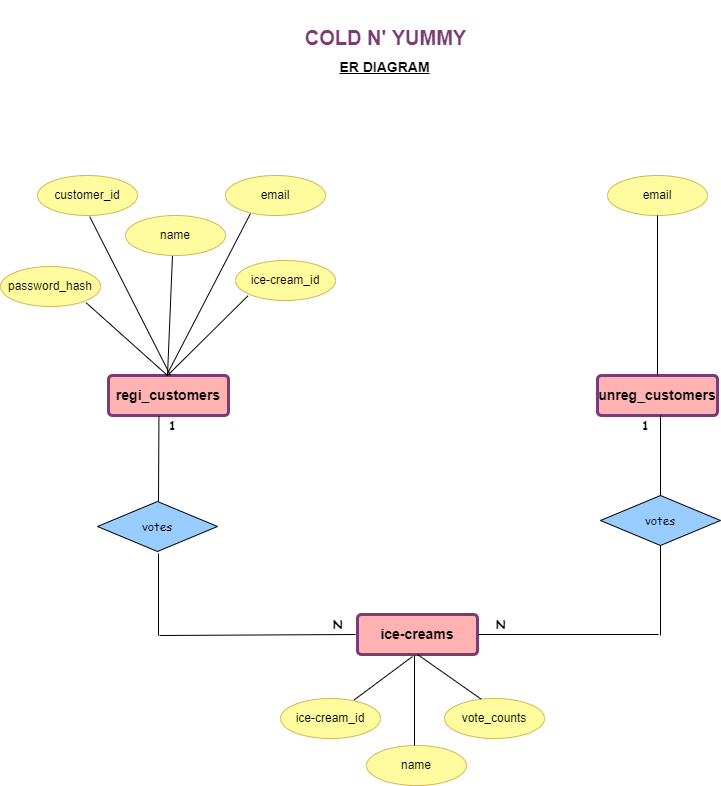
The draw.io diagram project_ER_diagram.png in Rashadul-Haque-JS/project-cold-n-yummy, before a commit. Source tidied: cells renumbered, new cells last; positions are measured from the earlier drawing's top-left corner, leaving out a move shared by most shapes.
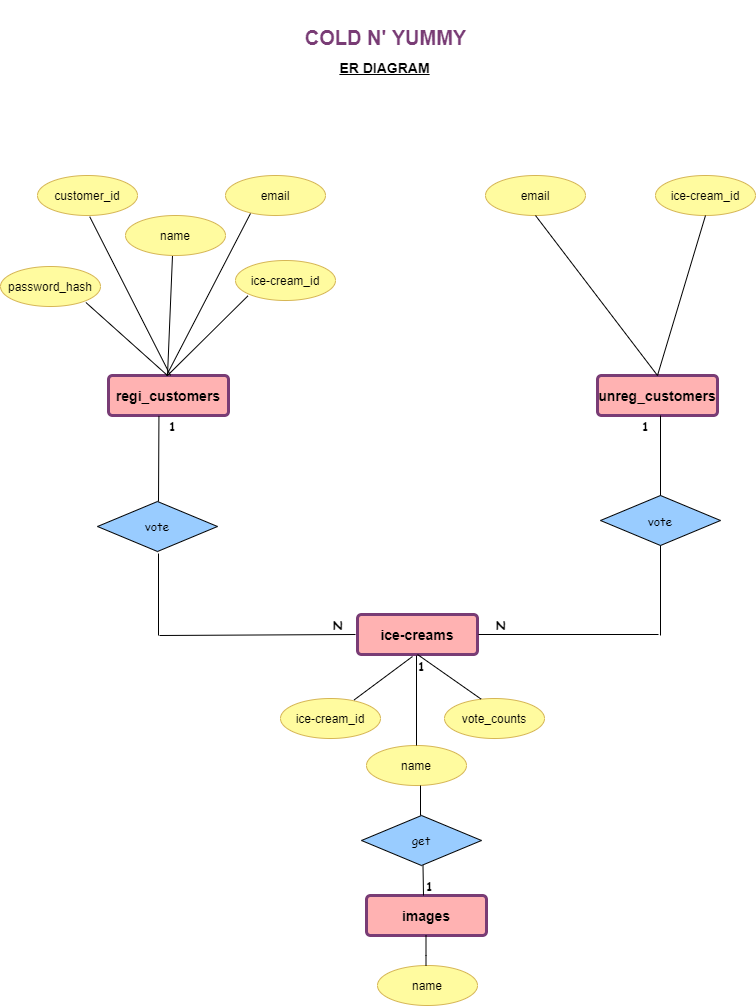
After the change.

What changed in the source:
```diff
@@ -63,7 +63,7 @@
       </mxGeometry>
     </mxCell>
     <mxCell id="17" value="email" style="ellipse;whiteSpace=wrap;html=1;align=center;fillColor=#FFFB9F;strokeColor=#d6b656;" parent="1" vertex="1">
-      <mxGeometry x="607" y="170" width="100" height="40" as="geometry" />
+      <mxGeometry x="485" y="170" width="100" height="40" as="geometry" />
     </mxCell>
     <mxCell id="18" style="endArrow=none;html=1;rounded=0;fontFamily=Comic Sans MS;fontSize=13;fontColor=#000000;jumpSize=6;entryX=0.5;entryY=1;entryDx=0;entryDy=0;exitX=0.5;exitY=0;exitDx=0;exitDy=0;" parent="1" edge="1" source="11" target="17">
       <mxGeometry relative="1" as="geometry" />
@@ -71,10 +71,10 @@
     <mxCell id="19" value="&lt;span style=&quot;font-size: 14px&quot;&gt;&lt;b&gt;ice-creams&lt;/b&gt;&lt;/span&gt;" style="rounded=1;arcSize=10;whiteSpace=wrap;html=1;align=center;fillColor=#FFB2B2;strokeColor=#793C75;strokeWidth=3;" parent="1" vertex="1">
       <mxGeometry x="357" y="609" width="120" height="40" as="geometry" />
     </mxCell>
-    <mxCell id="20" value="votes" style="shape=rhombus;perimeter=rhombusPerimeter;align=center;fontFamily=Comic Sans MS;fontSize=12;fontColor=#000000;strokeWidth=1;labelBackgroundColor=none;labelBorderColor=none;fillColor=#99CCFF;fontStyle=0;" parent="1" vertex="1">
+    <mxCell id="20" value="vote" style="shape=rhombus;perimeter=rhombusPerimeter;align=center;fontFamily=Comic Sans MS;fontSize=12;fontColor=#000000;strokeWidth=1;labelBackgroundColor=none;labelBorderColor=none;fillColor=#99CCFF;fontStyle=0;" parent="1" vertex="1">
       <mxGeometry x="97" y="496" width="120" height="50" as="geometry" />
     </mxCell>
-    <mxCell id="21" value="&lt;font style=&quot;font-size: 12px&quot;&gt;votes&lt;/font&gt;" style="shape=rhombus;perimeter=rhombusPerimeter;html=1;align=center;fontFamily=Comic Sans MS;fontSize=10;fontColor=#000000;strokeWidth=1;labelBackgroundColor=#99CCFF;whiteSpace=wrap;verticalAlign=middle;fillColor=#99CCFF;" parent="1" vertex="1">
+    <mxCell id="21" value="&lt;font style=&quot;font-size: 12px&quot;&gt;vote&lt;/font&gt;" style="shape=rhombus;perimeter=rhombusPerimeter;html=1;align=center;fontFamily=Comic Sans MS;fontSize=10;fontColor=#000000;strokeWidth=1;labelBackgroundColor=#99CCFF;whiteSpace=wrap;verticalAlign=middle;fillColor=#99CCFF;" parent="1" vertex="1">
       <mxGeometry x="600" y="490" width="120" height="50" as="geometry" />
     </mxCell>
     <mxCell id="22" style="endArrow=none;html=1;rounded=0;fontFamily=Comic Sans MS;fontSize=12;fontColor=#000000;jumpSize=6;entryX=0.412;entryY=1.01;entryDx=0;entryDy=0;entryPerimeter=0;exitX=0.5;exitY=0;exitDx=0;exitDy=0;" parent="1" edge="1">
@@ -114,8 +114,8 @@
     </mxCell>
     <mxCell id="28" style="endArrow=none;html=1;rounded=0;fontFamily=Comic Sans MS;fontSize=12;fontColor=#000000;jumpSize=6;" parent="1" edge="1">
       <mxGeometry relative="1" as="geometry">
-        <mxPoint x="414" y="650" as="sourcePoint" />
-        <mxPoint x="414" y="740" as="targetPoint" />
+        <mxPoint x="416" y="650" as="sourcePoint" />
+        <mxPoint x="416" y="740" as="targetPoint" />
       </mxGeometry>
     </mxCell>
     <mxCell id="29" style="endArrow=none;html=1;rounded=0;fontFamily=Comic Sans MS;fontSize=12;fontColor=#000000;jumpSize=6;" parent="1" edge="1">
@@ -145,5 +145,49 @@
     <mxCell id="36" value="ice-cream_id" style="ellipse;whiteSpace=wrap;html=1;align=center;fillColor=#FFFB9F;strokeColor=#d6b656;" parent="1" vertex="1">
       <mxGeometry x="235" y="255" width="100" height="40" as="geometry" />
     </mxCell>
+    <mxCell id="37" value="ice-cream_id" style="ellipse;whiteSpace=wrap;html=1;align=center;fillColor=#FFFB9F;strokeColor=#d6b656;" parent="1" vertex="1">
+      <mxGeometry x="655" y="170" width="100" height="40" as="geometry" />
+    </mxCell>
+    <mxCell id="38" style="endArrow=none;html=1;rounded=0;fontFamily=Comic Sans MS;fontSize=13;fontColor=#000000;jumpSize=6;entryX=0.5;entryY=1;entryDx=0;entryDy=0;exitX=0.5;exitY=0;exitDx=0;exitDy=0;" parent="1" edge="1" source="11">
+      <mxGeometry relative="1" as="geometry">
+        <mxPoint x="705" y="210" as="targetPoint" />
+      </mxGeometry>
+    </mxCell>
+    <mxCell id="39" value="&lt;span style=&quot;font-size: 14px&quot;&gt;&lt;b&gt;images&lt;/b&gt;&lt;/span&gt;" style="rounded=1;arcSize=10;whiteSpace=wrap;html=1;align=center;fillColor=#FFB2B2;strokeColor=#793C75;strokeWidth=3;" parent="1" vertex="1">
+      <mxGeometry x="366" y="890" width="120" height="40" as="geometry" />
+    </mxCell>
+    <mxCell id="40" value="name" style="ellipse;whiteSpace=wrap;html=1;align=center;fillColor=#FFFB9F;strokeColor=#d6b656;" parent="1" vertex="1">
+      <mxGeometry x="377" y="960" width="100" height="40" as="geometry" />
+    </mxCell>
+    <mxCell id="41" style="endArrow=none;html=1;rounded=0;" parent="1" edge="1">
+      <mxGeometry relative="1" as="geometry">
+        <mxPoint x="425.5" y="960" as="sourcePoint" />
+        <mxPoint x="425.5" y="930" as="targetPoint" />
+        <Array as="points">
+          <mxPoint x="425.5" y="950" />
+        </Array>
+      </mxGeometry>
+    </mxCell>
+    <mxCell id="42" value="get" style="shape=rhombus;perimeter=rhombusPerimeter;align=center;fontFamily=Comic Sans MS;fontSize=12;fontColor=#000000;strokeWidth=1;labelBackgroundColor=none;labelBorderColor=none;fillColor=#99CCFF;fontStyle=0;" parent="1" vertex="1">
+      <mxGeometry x="361" y="810" width="120" height="50" as="geometry" />
+    </mxCell>
+    <mxCell id="43" style="endArrow=none;html=1;rounded=0;entryX=0.5;entryY=0;entryDx=0;entryDy=0;" parent="1" edge="1">
+      <mxGeometry relative="1" as="geometry">
+        <mxPoint x="420" y="780" as="sourcePoint" />
+        <mxPoint x="420" y="810" as="targetPoint" />
+      </mxGeometry>
+    </mxCell>
+    <mxCell id="44" style="endArrow=none;html=1;rounded=0;entryX=0.5;entryY=0;entryDx=0;entryDy=0;" parent="1" edge="1">
+      <mxGeometry relative="1" as="geometry">
+        <mxPoint x="422.5" y="860" as="sourcePoint" />
+        <mxPoint x="423" y="890" as="targetPoint" />
+      </mxGeometry>
+    </mxCell>
+    <mxCell id="45" value="&lt;b&gt;1&lt;/b&gt;" style="text;html=1;align=center;verticalAlign=middle;fillColor=none;strokeColor=none;rounded=0;labelBackgroundColor=none;labelBorderColor=none;fontFamily=Comic Sans MS;fontSize=12;fontColor=#000000;" parent="1" vertex="1">
+      <mxGeometry x="411" y="650" width="20" height="20" as="geometry" />
+    </mxCell>
+    <mxCell id="46" value="&lt;b&gt;1&lt;/b&gt;" style="text;html=1;align=center;verticalAlign=middle;fillColor=none;strokeColor=none;rounded=0;labelBackgroundColor=none;labelBorderColor=none;fontFamily=Comic Sans MS;fontSize=12;fontColor=#000000;" parent="1" vertex="1">
+      <mxGeometry x="419" y="870" width="20" height="20" as="geometry" />
+    </mxCell>
   </root>
 </mxGraphModel>
```
